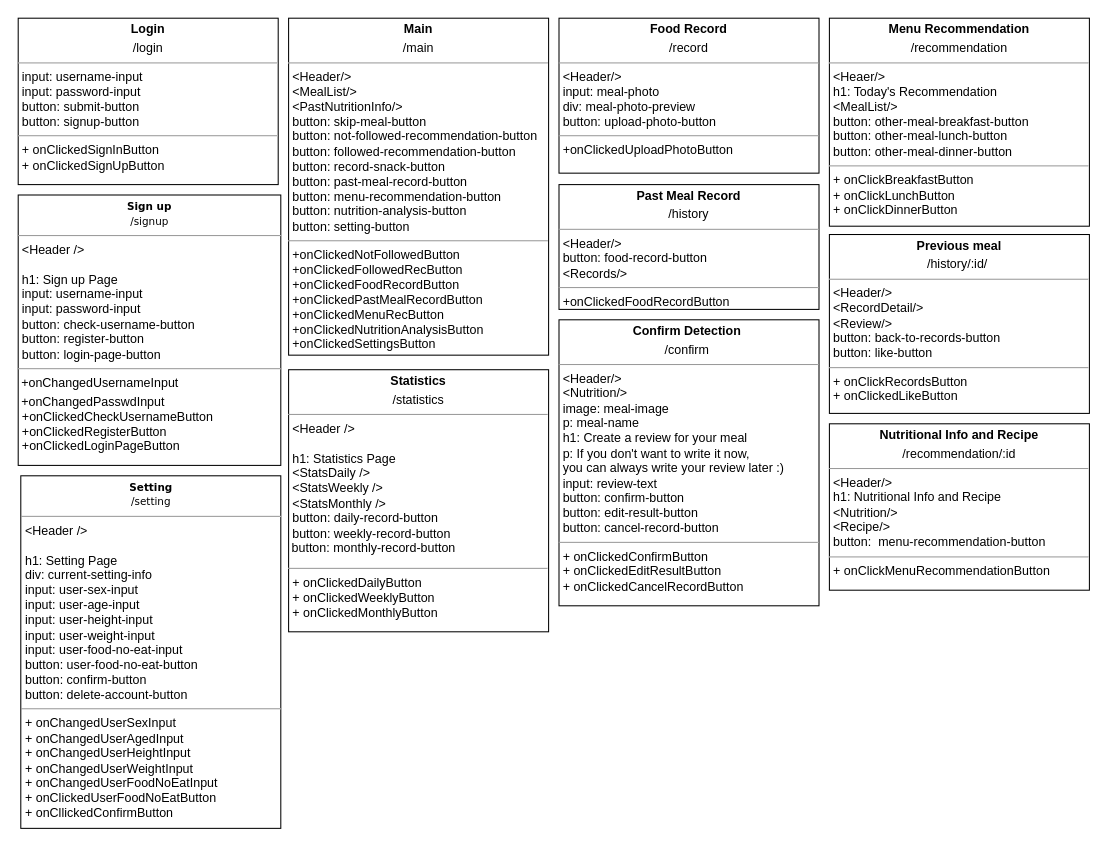
The draw.io diagram diagrams/Page Diagram.drawio in swsnu/swpp2021-team5, before the edit. Source tidied: cells renumbered, new cells numbered last; positions are measured from the earlier drawing's top-left corner, leaving out a move shared by most shapes. Both pictures are drawn from the tidied source at 104%, with x=0, y=0 at pixel (18, 18).
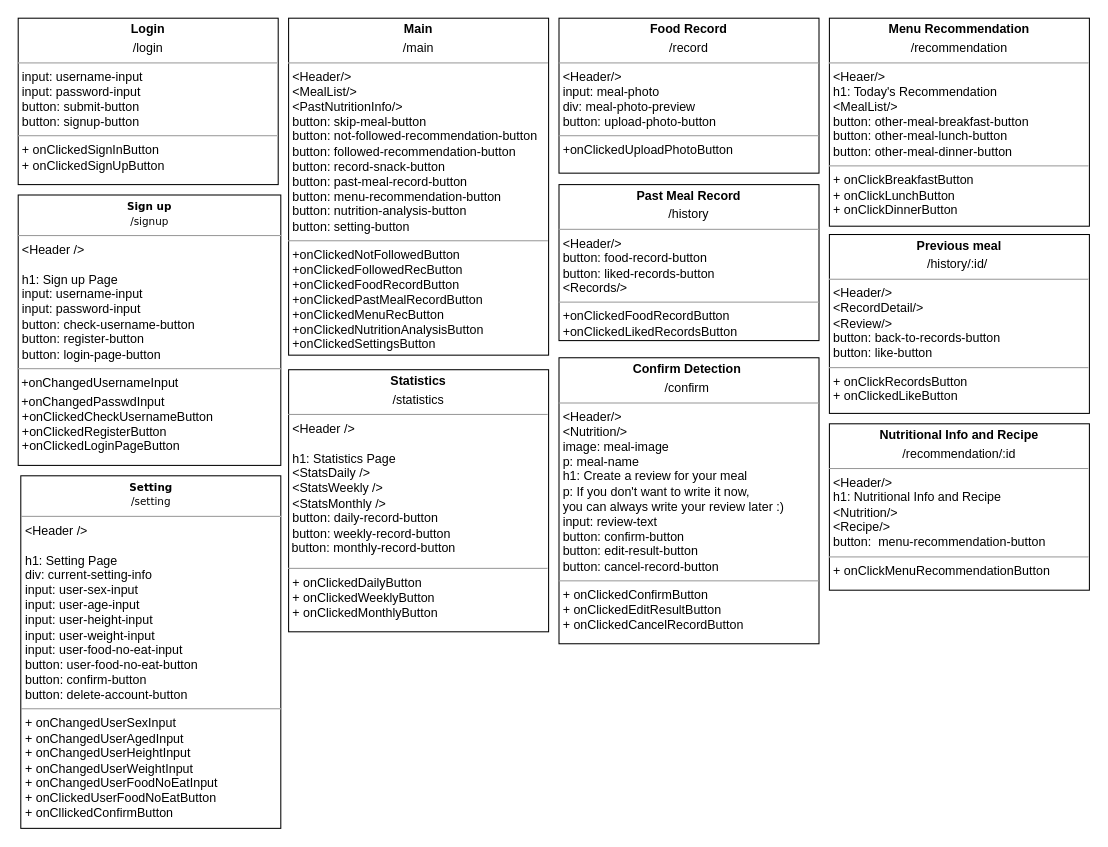
The same diagram, later.

Diff of the diagram source:
```diff
@@
 <mxGraphModel>
   <root>
     <mxCell id="0" />
     <mxCell id="1" parent="0" />
     <mxCell id="2" value="&lt;p style=&quot;margin: 4px 0px 0px ; text-align: center&quot;&gt;&lt;b&gt;Statistics&lt;/b&gt;&lt;/p&gt;&lt;p style=&quot;margin: 4px 0px 0px ; text-align: center&quot;&gt;/statistics&lt;/p&gt;&lt;hr size=&quot;1&quot;&gt;&lt;p style=&quot;text-align: justify ; margin: 0px 0px 0px 4px&quot;&gt;&amp;lt;Header /&amp;gt;&lt;br&gt;&lt;/p&gt;&lt;p style=&quot;text-align: justify ; margin: 0px 0px 0px 4px&quot;&gt;&lt;br&gt;&lt;/p&gt;&lt;p style=&quot;text-align: justify ; margin: 0px 0px 0px 4px&quot;&gt;h1: Statistics Page&lt;/p&gt;&lt;p style=&quot;text-align: justify ; margin: 0px 0px 0px 4px&quot;&gt;&amp;lt;StatsDaily /&amp;gt;&lt;/p&gt;&lt;p style=&quot;text-align: justify ; margin: 0px 0px 0px 4px&quot;&gt;&amp;lt;StatsWeekly /&amp;gt;&lt;/p&gt;&lt;p style=&quot;text-align: justify ; margin: 0px 0px 0px 4px&quot;&gt;&amp;lt;StatsMonthly /&amp;gt;&lt;/p&gt;&lt;p style=&quot;text-align: justify ; margin: 0px 0px 0px 4px&quot;&gt;button: daily-record-button&lt;/p&gt;&lt;p style=&quot;text-align: justify ; margin: 0px 0px 0px 4px&quot;&gt;&lt;span style=&quot;text-align: left&quot;&gt;button:&amp;nbsp;&lt;/span&gt;&lt;span style=&quot;text-align: left&quot;&gt;weekly-record-button&amp;nbsp;&lt;/span&gt;&lt;/p&gt;&lt;span style=&quot;text-align: left&quot;&gt;&lt;div style=&quot;text-align: justify&quot;&gt;&lt;span&gt;&amp;nbsp;button:&amp;nbsp;&lt;/span&gt;&lt;span&gt;monthly-record-button&lt;/span&gt;&lt;/div&gt;&lt;/span&gt;&lt;p&gt;&lt;/p&gt;&lt;hr size=&quot;1&quot; style=&quot;text-align: justify&quot;&gt;&lt;p style=&quot;text-align: justify ; margin: 0px 0px 0px 4px&quot;&gt;+ onClickedDailyButton&lt;/p&gt;&lt;p style=&quot;text-align: justify ; margin: 0px 0px 0px 4px&quot;&gt;+ onClickedWeeklyButton&lt;/p&gt;&lt;p style=&quot;text-align: justify ; margin: 0px 0px 0px 4px&quot;&gt;+ onClickedMonthlyButton&lt;/p&gt;" style="verticalAlign=top;align=left;overflow=fill;fontSize=12;fontFamily=Helvetica;html=1;rounded=0;shadow=0;comic=0;labelBackgroundColor=none;strokeWidth=1;" parent="1" vertex="1">
       <mxGeometry x="260" y="338" width="250" height="252" as="geometry" />
     </mxCell>
     <mxCell id="3" value="&lt;p style=&quot;margin: 0px ; margin-top: 4px ; text-align: center&quot;&gt;&lt;b&gt;Main&lt;/b&gt;&lt;/p&gt;&lt;p style=&quot;margin: 0px ; margin-top: 4px ; text-align: center&quot;&gt;/main&lt;/p&gt;&lt;hr size=&quot;1&quot;&gt;&lt;p style=&quot;margin: 0px ; margin-left: 4px&quot;&gt;&lt;span&gt;&amp;lt;Header/&amp;gt;&lt;/span&gt;&lt;/p&gt;&lt;p style=&quot;margin: 0px ; margin-left: 4px&quot;&gt;&lt;span&gt;&amp;lt;MealList/&amp;gt;&lt;/span&gt;&lt;br&gt;&lt;/p&gt;&lt;p style=&quot;margin: 0px ; margin-left: 4px&quot;&gt;&amp;lt;PastNutritionInfo/&amp;gt;&lt;/p&gt;&lt;p style=&quot;margin: 0px ; margin-left: 4px&quot;&gt;button: skip-meal-button&lt;/p&gt;&lt;p style=&quot;margin: 0px ; margin-left: 4px&quot;&gt;button: not-followed-recommendation-button&lt;/p&gt;&lt;p style=&quot;margin: 0px 0px 0px 4px&quot;&gt;button: followed-recommendation-button&lt;/p&gt;&lt;p style=&quot;margin: 0px ; margin-left: 4px&quot;&gt;&lt;span&gt;button: record-snack-button&lt;/span&gt;&lt;br&gt;&lt;/p&gt;&lt;p style=&quot;margin: 0px 0px 0px 4px&quot;&gt;button: past-meal-record-button&lt;/p&gt;&lt;p style=&quot;margin: 0px 0px 0px 4px&quot;&gt;button: menu-recommendation-button&lt;/p&gt;&lt;p style=&quot;margin: 0px 0px 0px 4px&quot;&gt;button: nutrition-analysis-button&lt;/p&gt;&lt;p style=&quot;margin: 0px 0px 0px 4px&quot;&gt;&lt;span&gt;button: setting-button&lt;/span&gt;&lt;br&gt;&lt;/p&gt;&lt;hr size=&quot;1&quot;&gt;&lt;p style=&quot;margin: 0px ; margin-left: 4px&quot;&gt;+onClickedNotFollowedButton&lt;/p&gt;&lt;p style=&quot;margin: 0px ; margin-left: 4px&quot;&gt;+onClickedFollowedRecButton&lt;br&gt;&lt;/p&gt;&lt;p style=&quot;margin: 0px ; margin-left: 4px&quot;&gt;+onClickedFoodRecordButton&lt;/p&gt;&lt;p style=&quot;margin: 0px 0px 0px 4px&quot;&gt;+onClickedPastMealRecordButton&lt;/p&gt;&lt;p style=&quot;margin: 0px ; margin-left: 4px&quot;&gt;+onClickedMenuRecButton&lt;/p&gt;&lt;p style=&quot;margin: 0px ; margin-left: 4px&quot;&gt;+onClickedNutritionAnalysisButton&lt;/p&gt;&lt;p style=&quot;margin: 0px ; margin-left: 4px&quot;&gt;&lt;span&gt;+onClickedSettingsButton&lt;/span&gt;&lt;br&gt;&lt;/p&gt;" style="verticalAlign=top;align=left;overflow=fill;fontSize=12;fontFamily=Helvetica;html=1;rounded=0;shadow=0;comic=0;labelBackgroundColor=none;strokeWidth=1;" parent="1" vertex="1">
       <mxGeometry x="260" width="250" height="324" as="geometry" />
     </mxCell>
     <mxCell id="4" value="&lt;p style=&quot;margin: 0px ; margin-top: 4px ; text-align: center&quot;&gt;&lt;b&gt;Login&lt;/b&gt;&lt;/p&gt;&lt;p style=&quot;margin: 0px ; margin-top: 4px ; text-align: center&quot;&gt;/login&lt;/p&gt;&lt;hr size=&quot;1&quot;&gt;&lt;p style=&quot;margin: 0px ; margin-left: 4px&quot;&gt;input: username-input&lt;/p&gt;&lt;p style=&quot;margin: 0px ; margin-left: 4px&quot;&gt;input: password-input&lt;/p&gt;&lt;p style=&quot;margin: 0px ; margin-left: 4px&quot;&gt;button: submit-button&lt;/p&gt;&lt;p style=&quot;margin: 0px ; margin-left: 4px&quot;&gt;button: signup-button&lt;/p&gt;&lt;hr size=&quot;1&quot;&gt;&lt;p style=&quot;margin: 0px ; margin-left: 4px&quot;&gt;+ onClickedSignInButton&lt;/p&gt;&lt;p style=&quot;margin: 0px ; margin-left: 4px&quot;&gt;+ onClickedSignUpButton&lt;/p&gt;" style="verticalAlign=top;align=left;overflow=fill;fontSize=12;fontFamily=Helvetica;html=1;rounded=0;shadow=0;comic=0;labelBackgroundColor=none;strokeWidth=1;" parent="1" vertex="1">
       <mxGeometry width="250" height="160" as="geometry" />
     </mxCell>
     <mxCell id="5" value="&lt;p style=&quot;margin: 0px ; margin-top: 4px ; text-align: center&quot;&gt;&lt;b&gt;Food Record&lt;/b&gt;&lt;/p&gt;&lt;p style=&quot;margin: 0px ; margin-top: 4px ; text-align: center&quot;&gt;/record&lt;/p&gt;&lt;hr size=&quot;1&quot;&gt;&lt;p style=&quot;margin: 0px ; margin-left: 4px&quot;&gt;&lt;span&gt;&amp;lt;Header/&amp;gt;&lt;/span&gt;&lt;/p&gt;&lt;p style=&quot;margin: 0px ; margin-left: 4px&quot;&gt;&lt;span&gt;input: meal-photo&lt;/span&gt;&lt;/p&gt;&lt;p style=&quot;margin: 0px ; margin-left: 4px&quot;&gt;&lt;span&gt;div: meal-photo-preview&lt;/span&gt;&lt;/p&gt;&lt;p style=&quot;margin: 0px ; margin-left: 4px&quot;&gt;&lt;span&gt;button: upload-photo-button&lt;/span&gt;&lt;/p&gt;&lt;hr size=&quot;1&quot;&gt;&lt;p style=&quot;margin: 0px ; margin-left: 4px&quot;&gt;&lt;span&gt;+onClickedUploadPhotoButton&lt;/span&gt;&lt;br&gt;&lt;/p&gt;&lt;p style=&quot;margin: 0px ; margin-left: 4px&quot;&gt;&lt;br&gt;&lt;/p&gt;" style="verticalAlign=top;align=left;overflow=fill;fontSize=12;fontFamily=Helvetica;html=1;rounded=0;shadow=0;comic=0;labelBackgroundColor=none;strokeWidth=1;" parent="1" vertex="1">
       <mxGeometry x="520" width="250" height="149" as="geometry" />
     </mxCell>
-    <mxCell id="6" value="&lt;p style=&quot;margin: 0px ; margin-top: 4px ; text-align: center&quot;&gt;&lt;b&gt;Past Meal Record&lt;/b&gt;&lt;/p&gt;&lt;p style=&quot;margin: 0px ; margin-top: 4px ; text-align: center&quot;&gt;/history&lt;/p&gt;&lt;hr size=&quot;1&quot;&gt;&lt;p style=&quot;margin: 0px 0px 0px 4px&quot;&gt;&amp;lt;Header/&amp;gt;&lt;/p&gt;&lt;p style=&quot;margin: 0px 0px 0px 4px&quot;&gt;button: food-record-button&lt;/p&gt;&lt;p style=&quot;margin: 0px 0px 0px 4px&quot;&gt;&amp;lt;Records/&amp;gt;&lt;/p&gt;&lt;hr size=&quot;1&quot;&gt;&lt;p style=&quot;margin: 0px ; margin-left: 4px&quot;&gt;+onClickedFoodRecordButton&lt;/p&gt;" style="verticalAlign=top;align=left;overflow=fill;fontSize=12;fontFamily=Helvetica;html=1;rounded=0;shadow=0;comic=0;labelBackgroundColor=none;strokeWidth=1;" parent="1" vertex="1">
-      <mxGeometry x="520" y="160" width="250" height="120" as="geometry" />
+    <mxCell id="6" value="&lt;p style=&quot;margin: 0px ; margin-top: 4px ; text-align: center&quot;&gt;&lt;b&gt;Past Meal Record&lt;/b&gt;&lt;/p&gt;&lt;p style=&quot;margin: 0px ; margin-top: 4px ; text-align: center&quot;&gt;/history&lt;/p&gt;&lt;hr size=&quot;1&quot;&gt;&lt;p style=&quot;margin: 0px 0px 0px 4px&quot;&gt;&amp;lt;Header/&amp;gt;&lt;/p&gt;&lt;p style=&quot;margin: 0px 0px 0px 4px&quot;&gt;button: food-record-button&lt;/p&gt;&lt;p style=&quot;margin: 0px 0px 0px 4px&quot;&gt;button: liked-records-button&lt;/p&gt;&lt;p style=&quot;margin: 0px 0px 0px 4px&quot;&gt;&amp;lt;Records/&amp;gt;&lt;/p&gt;&lt;hr size=&quot;1&quot;&gt;&lt;p style=&quot;margin: 0px ; margin-left: 4px&quot;&gt;+onClickedFoodRecordButton&lt;/p&gt;&lt;p style=&quot;margin: 0px ; margin-left: 4px&quot;&gt;+onClickedLikedRecordsButton&lt;/p&gt;" style="verticalAlign=top;align=left;overflow=fill;fontSize=12;fontFamily=Helvetica;html=1;rounded=0;shadow=0;comic=0;labelBackgroundColor=none;strokeWidth=1;" parent="1" vertex="1">
+      <mxGeometry x="520" y="160" width="250" height="150" as="geometry" />
     </mxCell>
     <mxCell id="7" value="&lt;p style=&quot;margin: 4px 0px 0px ; text-align: center&quot;&gt;&lt;b style=&quot;font-family: &amp;#34;verdana&amp;#34; ; font-size: 10px&quot;&gt;Sign up&lt;/b&gt;&lt;br style=&quot;font-family: &amp;#34;verdana&amp;#34; ; font-size: 10px&quot;&gt;&lt;span style=&quot;font-family: &amp;#34;verdana&amp;#34; ; font-size: 10px&quot;&gt;/signup&lt;/span&gt;&lt;br&gt;&lt;/p&gt;&lt;hr size=&quot;1&quot;&gt;&lt;p style=&quot;text-align: justify ; margin: 0px 0px 0px 4px&quot;&gt;&amp;lt;Header /&amp;gt;&lt;/p&gt;&lt;p style=&quot;text-align: justify ; margin: 0px 0px 0px 4px&quot;&gt;&lt;br&gt;&lt;/p&gt;&lt;p style=&quot;text-align: justify ; margin: 0px 0px 0px 4px&quot;&gt;h1: Sign up Page&lt;/p&gt;&lt;p style=&quot;text-align: justify ; margin: 0px 0px 0px 4px&quot;&gt;input: username-input&lt;/p&gt;&lt;p style=&quot;text-align: justify ; margin: 0px 0px 0px 4px&quot;&gt;input: password-input&lt;/p&gt;&lt;p style=&quot;text-align: justify ; margin: 0px 0px 0px 4px&quot;&gt;button: check-username-button&lt;/p&gt;&lt;p style=&quot;text-align: justify ; margin: 0px 0px 0px 4px&quot;&gt;button: register-button&lt;/p&gt;&lt;p style=&quot;text-align: justify ; margin: 0px 0px 0px 4px&quot;&gt;button: login-page-button&lt;/p&gt;&lt;hr size=&quot;1&quot; style=&quot;text-align: justify&quot;&gt;&lt;p style=&quot;text-align: justify ; margin: 4px 0px 0px&quot;&gt;&lt;span&gt;&amp;nbsp;+onChangedUsernameInput&lt;/span&gt;&lt;br&gt;&lt;/p&gt;&lt;p style=&quot;text-align: justify ; margin: 4px 0px 0px&quot;&gt;&lt;span&gt;&amp;nbsp;+onChangedPasswdInput&lt;/span&gt;&lt;/p&gt;&lt;p style=&quot;text-align: justify ; margin: 0px 0px 0px 4px&quot;&gt;+onClickedCheckUsernameButton&lt;/p&gt;&lt;p style=&quot;text-align: justify ; margin: 0px 0px 0px 4px&quot;&gt;+onClickedRegisterButton&lt;/p&gt;&lt;p style=&quot;text-align: justify ; margin: 0px 0px 0px 4px&quot;&gt;+onClickedLoginPageButton&lt;/p&gt;" style="verticalAlign=top;align=left;overflow=fill;fontSize=12;fontFamily=Helvetica;html=1;" parent="1" vertex="1">
       <mxGeometry y="170" width="252.5" height="260" as="geometry" />
     </mxCell>
     <mxCell id="8" value="&lt;p style=&quot;margin: 4px 0px 0px ; text-align: center&quot;&gt;&lt;b style=&quot;font-family: &amp;#34;verdana&amp;#34; ; font-size: 10px&quot;&gt;Setting&lt;/b&gt;&lt;br style=&quot;font-family: &amp;#34;verdana&amp;#34; ; font-size: 10px&quot;&gt;&lt;span style=&quot;font-family: &amp;#34;verdana&amp;#34; ; font-size: 10px&quot;&gt;/setting&lt;/span&gt;&lt;br&gt;&lt;/p&gt;&lt;hr size=&quot;1&quot;&gt;&lt;p style=&quot;margin: 0px 0px 0px 4px&quot;&gt;&amp;lt;Header /&amp;gt;&lt;br&gt;&lt;/p&gt;&lt;p style=&quot;margin: 0px 0px 0px 4px&quot;&gt;&lt;br&gt;&lt;/p&gt;&lt;p style=&quot;margin: 0px 0px 0px 4px&quot;&gt;h1: Setting Page&lt;/p&gt;&lt;p style=&quot;margin: 0px 0px 0px 4px&quot;&gt;div: current-setting-info&lt;/p&gt;&lt;p style=&quot;margin: 0px 0px 0px 4px&quot;&gt;input: user-sex-input&lt;/p&gt;&lt;p style=&quot;margin: 0px 0px 0px 4px&quot;&gt;input: user-age-input&lt;/p&gt;&lt;p style=&quot;margin: 0px 0px 0px 4px&quot;&gt;input: user-height-input&lt;/p&gt;&lt;p style=&quot;margin: 0px 0px 0px 4px&quot;&gt;input: user-weight-input&lt;/p&gt;&lt;p style=&quot;margin: 0px 0px 0px 4px&quot;&gt;input: user-food-no-eat-input&lt;br&gt;&lt;/p&gt;&lt;p style=&quot;margin: 0px 0px 0px 4px&quot;&gt;button: user-food-no-eat-button&lt;/p&gt;&lt;p style=&quot;margin: 0px 0px 0px 4px&quot;&gt;button: confirm-button&lt;br&gt;&lt;/p&gt;&lt;p style=&quot;margin: 0px 0px 0px 4px&quot;&gt;button: delete-account-button&lt;/p&gt;&lt;hr size=&quot;1&quot;&gt;&lt;p style=&quot;margin: 0px 0px 0px 4px&quot;&gt;+ onChangedUserSexInput&lt;/p&gt;&lt;p style=&quot;margin: 0px 0px 0px 4px&quot;&gt;+ onChangedUserAgedInput&lt;/p&gt;&lt;p style=&quot;margin: 0px 0px 0px 4px&quot;&gt;+ onChangedUserHeightInput&lt;/p&gt;&lt;p style=&quot;margin: 0px 0px 0px 4px&quot;&gt;+ onChangedUserWeightInput&lt;/p&gt;&lt;p style=&quot;margin: 0px 0px 0px 4px&quot;&gt;+ onChangedUserFoodNoEatInput&lt;/p&gt;&lt;p style=&quot;margin: 0px 0px 0px 4px&quot;&gt;+ onClickedUserFoodNoEatButton&lt;/p&gt;&lt;p style=&quot;margin: 0px 0px 0px 4px&quot;&gt;+ onCllickedConfirmButton&lt;/p&gt;" style="verticalAlign=top;align=left;overflow=fill;fontSize=12;fontFamily=Helvetica;html=1;" parent="1" vertex="1">
       <mxGeometry x="2.5" y="440" width="250" height="339" as="geometry" />
     </mxCell>
     <mxCell id="9" value="&lt;p style=&quot;margin: 0px ; margin-top: 4px ; text-align: center&quot;&gt;&lt;b&gt;Menu Recommendation&lt;/b&gt;&lt;/p&gt;&lt;p style=&quot;margin: 0px ; margin-top: 4px ; text-align: center&quot;&gt;/recommendation&lt;/p&gt;&lt;hr size=&quot;1&quot;&gt;&lt;p style=&quot;margin: 0px 0px 0px 4px&quot;&gt;&amp;lt;Heaer/&amp;gt;&lt;/p&gt;&lt;p style=&quot;margin: 0px 0px 0px 4px&quot;&gt;h1: Today's Recommendation&lt;/p&gt;&lt;p style=&quot;margin: 0px 0px 0px 4px&quot;&gt;&amp;lt;MealList/&amp;gt;&lt;/p&gt;&lt;p style=&quot;margin: 0px 0px 0px 4px&quot;&gt;button:&amp;nbsp;other-meal-breakfast-button&lt;/p&gt;&lt;p style=&quot;margin: 0px 0px 0px 4px&quot;&gt;button: other-meal-lunch-button&lt;/p&gt;&lt;p style=&quot;margin: 0px 0px 0px 4px&quot;&gt;button: other-meal-dinner-button&lt;br&gt;&lt;/p&gt;&lt;hr size=&quot;1&quot;&gt;&lt;p style=&quot;margin: 0px 0px 0px 4px&quot;&gt;+ onClickBreakfastButton&lt;br&gt;+ onClickLunchButton&lt;/p&gt;&lt;p style=&quot;margin: 0px 0px 0px 4px&quot;&gt;+ onClickDinnerButton&lt;/p&gt;" style="verticalAlign=top;align=left;overflow=fill;fontSize=12;fontFamily=Helvetica;html=1;rounded=0;shadow=0;comic=0;labelBackgroundColor=none;strokeWidth=1;" parent="1" vertex="1">
       <mxGeometry x="780" width="250" height="200" as="geometry" />
     </mxCell>
     <mxCell id="10" value="&lt;p style=&quot;margin: 0px ; margin-top: 4px ; text-align: center&quot;&gt;&lt;b&gt;Nutritional Info and Recipe&lt;/b&gt;&lt;/p&gt;&lt;p style=&quot;margin: 0px ; margin-top: 4px ; text-align: center&quot;&gt;/recommendation/:id&lt;/p&gt;&lt;hr size=&quot;1&quot;&gt;&lt;p style=&quot;margin: 0px 0px 0px 4px&quot;&gt;&amp;lt;Header/&amp;gt;&lt;/p&gt;&lt;p style=&quot;margin: 0px 0px 0px 4px&quot;&gt;h1: Nutritional Info and Recipe&lt;/p&gt;&lt;p style=&quot;margin: 0px 0px 0px 4px&quot;&gt;&amp;lt;Nutrition/&amp;gt;&lt;/p&gt;&lt;p style=&quot;margin: 0px 0px 0px 4px&quot;&gt;&amp;lt;Recipe/&amp;gt;&lt;/p&gt;&lt;p style=&quot;margin: 0px 0px 0px 4px&quot;&gt;button:&amp;nbsp;&amp;nbsp;&lt;span style=&quot;text-align: center&quot;&gt;menu-recommendation-button&lt;/span&gt;&lt;/p&gt;&lt;hr size=&quot;1&quot;&gt;&lt;p style=&quot;margin: 0px 0px 0px 4px&quot;&gt;+ onClickMenuRecommendationButton&lt;/p&gt;" style="verticalAlign=top;align=left;overflow=fill;fontSize=12;fontFamily=Helvetica;html=1;rounded=0;shadow=0;comic=0;labelBackgroundColor=none;strokeWidth=1;" parent="1" vertex="1">
       <mxGeometry x="780" y="390" width="250" height="160" as="geometry" />
     </mxCell>
     <mxCell id="11" value="&lt;p style=&quot;margin: 0px ; margin-top: 4px ; text-align: center&quot;&gt;&lt;b&gt;Previous meal&lt;/b&gt;&lt;/p&gt;&lt;p style=&quot;margin: 0px ; margin-top: 4px ; text-align: center&quot;&gt;/history/:id/&lt;b&gt;&amp;nbsp;&lt;/b&gt;&lt;/p&gt;&lt;hr size=&quot;1&quot;&gt;&lt;p style=&quot;margin: 0px ; margin-left: 4px&quot;&gt;&amp;lt;Header/&amp;gt;&lt;/p&gt;&lt;p style=&quot;margin: 0px ; margin-left: 4px&quot;&gt;&amp;lt;RecordDetail/&amp;gt;&lt;/p&gt;&lt;p style=&quot;margin: 0px ; margin-left: 4px&quot;&gt;&amp;lt;Review/&amp;gt;&lt;/p&gt;&lt;p style=&quot;margin: 0px ; margin-left: 4px&quot;&gt;button: back-to-records-button&lt;/p&gt;&lt;p style=&quot;margin: 0px ; margin-left: 4px&quot;&gt;button: like-button&lt;/p&gt;&lt;hr size=&quot;1&quot;&gt;&lt;p style=&quot;margin: 0px ; margin-left: 4px&quot;&gt;+ onClickRecordsButton&lt;/p&gt;&lt;p style=&quot;margin: 0px ; margin-left: 4px&quot;&gt;+ onClickedLikeButton&lt;/p&gt;" style="verticalAlign=top;align=left;overflow=fill;fontSize=12;fontFamily=Helvetica;html=1;" parent="1" vertex="1">
       <mxGeometry x="780" y="208" width="250" height="172" as="geometry" />
     </mxCell>
     <mxCell id="12" value="&lt;p style=&quot;margin: 0px ; margin-top: 4px ; text-align: center&quot;&gt;&lt;b&gt;Confirm Detection&amp;nbsp;&lt;/b&gt;&lt;/p&gt;&lt;p style=&quot;margin: 0px ; margin-top: 4px ; text-align: center&quot;&gt;/confirm&lt;b&gt;&amp;nbsp;&lt;/b&gt;&lt;/p&gt;&lt;hr size=&quot;1&quot;&gt;&lt;p style=&quot;margin: 0px ; margin-left: 4px&quot;&gt;&amp;lt;Header/&amp;gt;&lt;/p&gt;&lt;p style=&quot;margin: 0px ; margin-left: 4px&quot;&gt;&amp;lt;Nutrition/&amp;gt;&lt;/p&gt;&lt;p style=&quot;margin: 0px ; margin-left: 4px&quot;&gt;image: meal-image&lt;/p&gt;&lt;p style=&quot;margin: 0px ; margin-left: 4px&quot;&gt;p: meal-name&lt;/p&gt;&lt;p style=&quot;margin: 0px 0px 0px 4px&quot;&gt;h1: Create a review for your meal&lt;/p&gt;&lt;p style=&quot;margin: 0px 0px 0px 4px&quot;&gt;p: If you don't want to write it now,&amp;nbsp;&lt;/p&gt;&lt;p style=&quot;margin: 0px 0px 0px 4px&quot;&gt;you can always write your review later :)&lt;/p&gt;&lt;p style=&quot;margin: 0px 0px 0px 4px&quot;&gt;input: review-text&lt;/p&gt;&lt;p style=&quot;margin: 0px ; margin-left: 4px&quot;&gt;&lt;span&gt;button: confirm-button&lt;/span&gt;&lt;br&gt;&lt;/p&gt;&lt;p style=&quot;margin: 0px ; margin-left: 4px&quot;&gt;button: edit-result-button&lt;/p&gt;&lt;p style=&quot;margin: 0px ; margin-left: 4px&quot;&gt;button: cancel-record-button&lt;/p&gt;&lt;hr size=&quot;1&quot;&gt;&lt;p style=&quot;margin: 0px ; margin-left: 4px&quot;&gt;+ onClickedConfirmButton&lt;/p&gt;&lt;p style=&quot;margin: 0px ; margin-left: 4px&quot;&gt;+ onClickedEditResultButton&lt;/p&gt;&lt;p style=&quot;margin: 0px 0px 0px 4px&quot;&gt;+ onClickedCancelRecordButton&lt;/p&gt;&lt;p style=&quot;margin: 0px ; margin-left: 4px&quot;&gt;&lt;br&gt;&lt;/p&gt;&lt;p style=&quot;margin: 0px ; margin-left: 4px&quot;&gt;&lt;br&gt;&lt;/p&gt;" style="verticalAlign=top;align=left;overflow=fill;fontSize=12;fontFamily=Helvetica;html=1;" parent="1" vertex="1">
-      <mxGeometry x="520" y="290" width="250" height="275" as="geometry" />
+      <mxGeometry x="520" y="326.5" width="250" height="275" as="geometry" />
     </mxCell>
   </root>
 </mxGraphModel>
```
